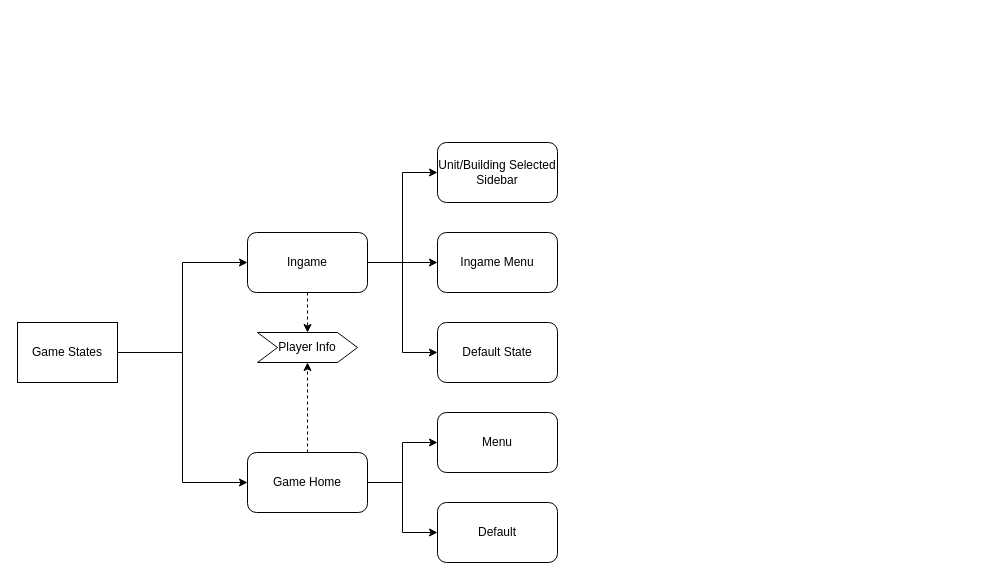
Before: page "Game Structure" (3 of 3) of plan.drawio in Trentiumz/rts001, a draw.io diagram. Source tidied: cells renumbered, new cells numbered last; positions are measured from the earlier drawing's top-left corner, leaving out a move shared by most shapes. Both pictures are drawn from the tidied source at 100%, with x=0, y=0 at pixel (17, 142).
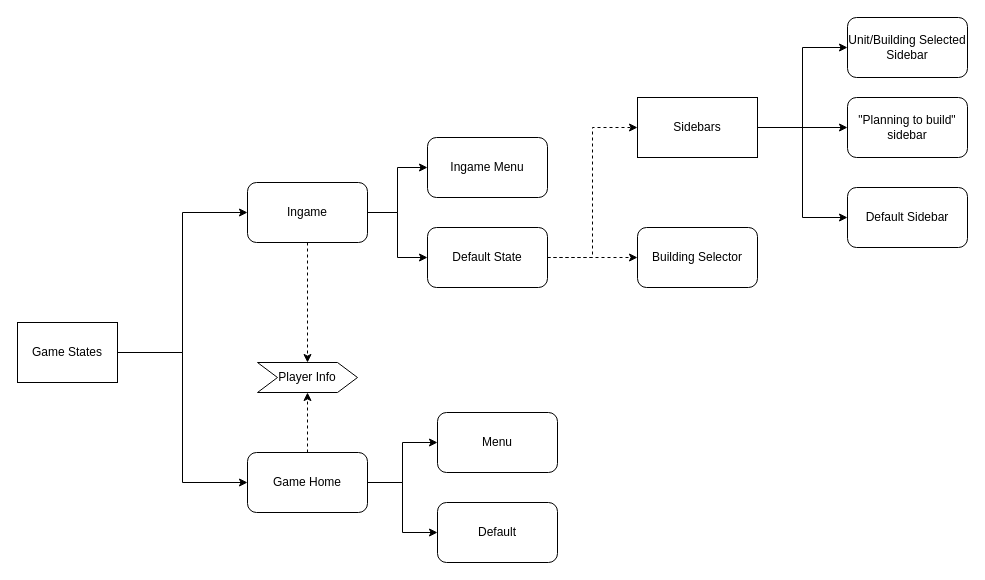
Above is the later version.

The edit, as a diff of the source:
```diff
@@
-    <mxCell id="6" style="edgeStyle=orthogonalEdgeStyle;rounded=0;jettySize=auto;html=1;exitX=1;exitY=0.5;exitDx=0;exitDy=0;entryX=0;entryY=0.5;entryDx=0;entryDy=0;" parent="1" edge="1" source="9" target="17">
-      <mxGeometry relative="1" as="geometry" />
-    </mxCell>
@@
     <mxCell id="9" value="Ingame" style="rounded=1;whiteSpace=wrap;html=1;" parent="1" vertex="1">
-      <mxGeometry x="230" y="90" width="120" height="60" as="geometry" />
+      <mxGeometry x="230" y="40" width="120" height="60" as="geometry" />
     </mxCell>
@@
     <mxCell id="14" value="Player Info" style="shape=step;perimeter=stepPerimeter;whiteSpace=wrap;html=1;fixedSize=1;" parent="1" vertex="1">
-      <mxGeometry x="240" y="190" width="100" height="30" as="geometry" />
+      <mxGeometry x="240" y="220" width="100" height="30" as="geometry" />
     </mxCell>
+    <mxCell id="20" style="edgeStyle=orthogonalEdgeStyle;rounded=0;jettySize=auto;html=1;exitX=1;exitY=0.5;exitDx=0;exitDy=0;entryX=0;entryY=0.5;entryDx=0;entryDy=0;dashed=1;" parent="1" edge="1" source="15" target="25">
+      <mxGeometry relative="1" as="geometry" />
+    </mxCell>
     <mxCell id="15" value="Default State" style="rounded=1;whiteSpace=wrap;html=1;" parent="1" vertex="1">
-      <mxGeometry x="420" y="180" width="120" height="60" as="geometry" />
+      <mxGeometry x="410" y="85" width="120" height="60" as="geometry" />
     </mxCell>
     <mxCell id="16" value="Ingame Menu" style="rounded=1;whiteSpace=wrap;html=1;" parent="1" vertex="1">
-      <mxGeometry x="420" y="90" width="120" height="60" as="geometry" />
+      <mxGeometry x="410" y="-5" width="120" height="60" as="geometry" />
     </mxCell>
     <mxCell id="17" value="Unit/Building Selected Sidebar" style="rounded=1;whiteSpace=wrap;html=1;" parent="1" vertex="1">
-      <mxGeometry x="420" width="120" height="60" as="geometry" />
+      <mxGeometry x="830" y="-125" width="120" height="60" as="geometry" />
     </mxCell>
@@
+    <mxCell id="21" value="Building Selector" style="rounded=1;whiteSpace=wrap;html=1;" parent="1" vertex="1">
+      <mxGeometry x="620" y="85" width="120" height="60" as="geometry" />
+    </mxCell>
+    <mxCell id="22" style="edgeStyle=orthogonalEdgeStyle;rounded=0;jettySize=auto;html=1;exitX=1;exitY=0.5;exitDx=0;exitDy=0;entryX=0;entryY=0.5;entryDx=0;entryDy=0;" parent="1" edge="1" source="25" target="17">
+      <mxGeometry relative="1" as="geometry" />
+    </mxCell>
+    <mxCell id="23" style="edgeStyle=orthogonalEdgeStyle;rounded=0;jettySize=auto;html=1;exitX=1;exitY=0.5;exitDx=0;exitDy=0;entryX=0;entryY=0.5;entryDx=0;entryDy=0;" parent="1" edge="1" source="25" target="26">
+      <mxGeometry relative="1" as="geometry" />
+    </mxCell>
+    <mxCell id="24" style="edgeStyle=orthogonalEdgeStyle;rounded=0;jettySize=auto;html=1;exitX=1;exitY=0.5;exitDx=0;exitDy=0;entryX=0;entryY=0.5;entryDx=0;entryDy=0;" parent="1" edge="1" source="25" target="27">
+      <mxGeometry relative="1" as="geometry" />
+    </mxCell>
+    <mxCell id="25" value="Sidebars" style="rounded=0;whiteSpace=wrap;html=1;" parent="1" vertex="1">
+      <mxGeometry x="620" y="-45" width="120" height="60" as="geometry" />
+    </mxCell>
+    <mxCell id="26" value="&quot;Planning to build&quot; sidebar" style="rounded=1;whiteSpace=wrap;html=1;" parent="1" vertex="1">
+      <mxGeometry x="830" y="-45" width="120" height="60" as="geometry" />
+    </mxCell>
+    <mxCell id="27" value="Default Sidebar" style="rounded=1;whiteSpace=wrap;html=1;" parent="1" vertex="1">
+      <mxGeometry x="830" y="45" width="120" height="60" as="geometry" />
+    </mxCell>
+    <mxCell id="28" style="edgeStyle=orthogonalEdgeStyle;rounded=0;jettySize=auto;html=1;exitX=1;exitY=0.5;exitDx=0;exitDy=0;entryX=0;entryY=0.5;entryDx=0;entryDy=0;dashed=1;" parent="1" edge="1" source="15" target="21">
+      <mxGeometry relative="1" as="geometry" />
+    </mxCell>
```
